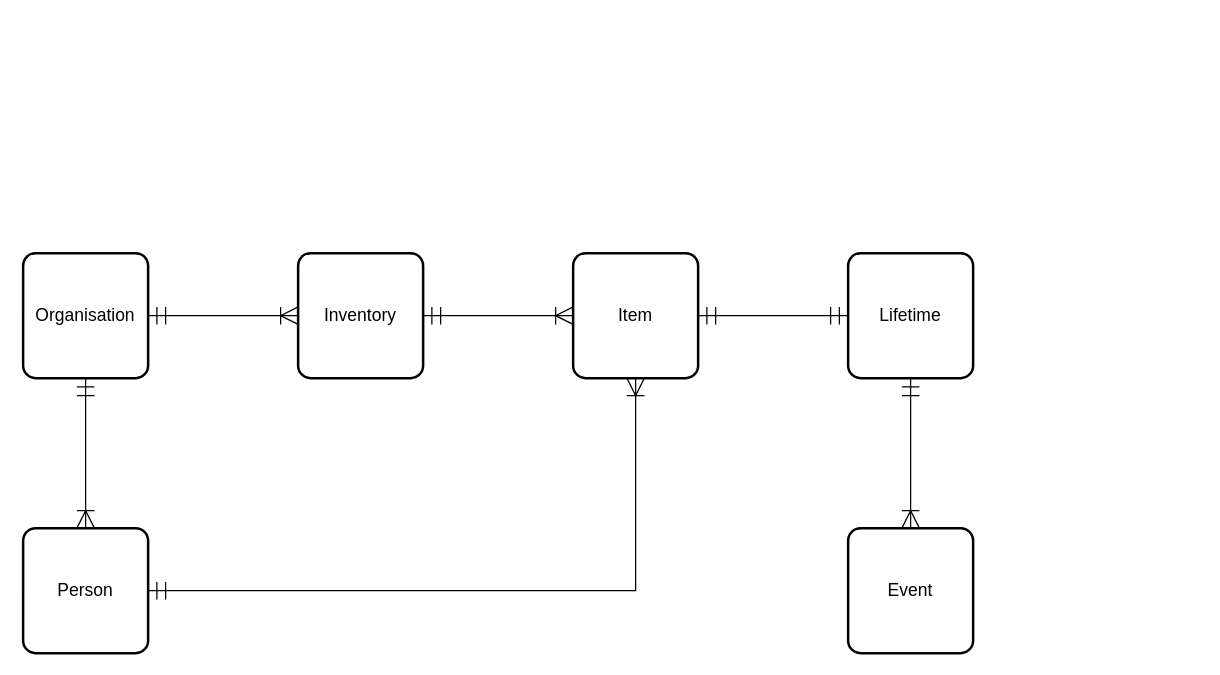
Earlier version of the draw.io diagram page "Basic" (1 of 2) of Database.drawio (fox-technologies/Resources). Source tidied: cells renumbered, new cells numbered last; positions are measured from the earlier drawing's top-left corner, leaving out a move shared by most shapes. Both pictures are drawn from the tidied source at 125%, with x=0, y=0 at pixel (22, 252).
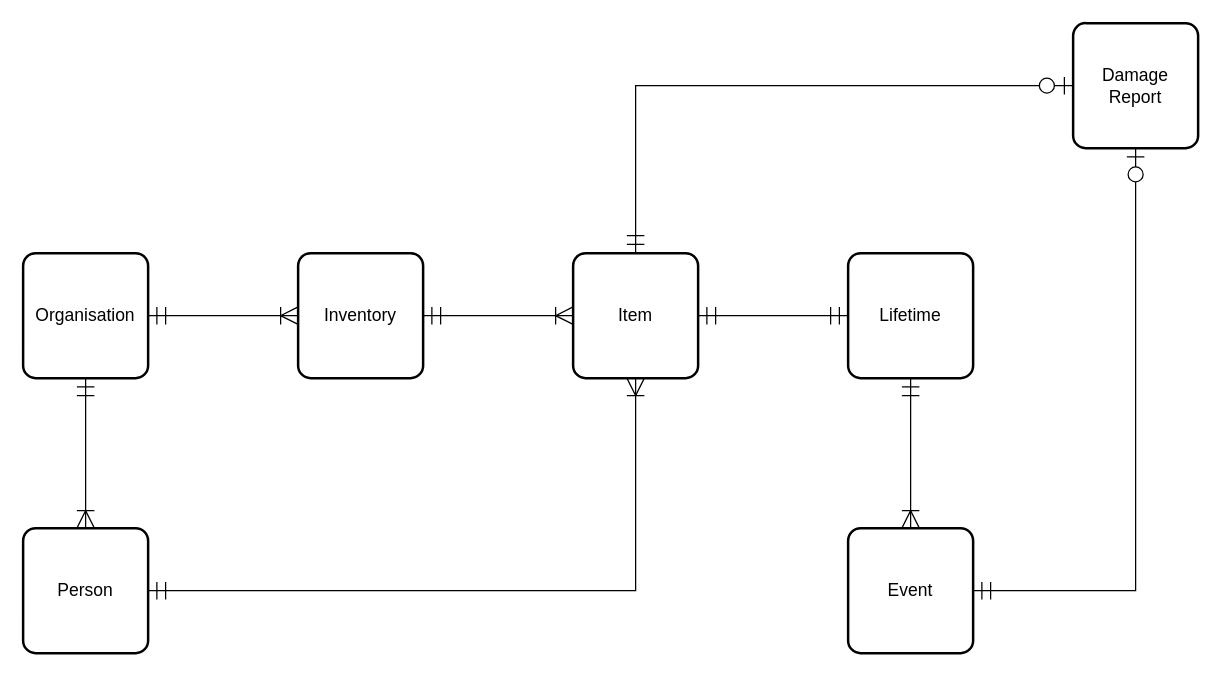
Above is the later version.

Commit message (it also covers changes not shown here):
add damage report to database design

Change to the diagram source:
```diff
@@
 <mxGraphModel>
   <root>
     <mxCell id="0" />
     <mxCell id="1" parent="0" />
     <mxCell id="2" style="edgeStyle=orthogonalEdgeStyle;rounded=0;jettySize=auto;html=1;exitX=1;exitY=0.5;exitDx=0;exitDy=0;entryX=0;entryY=0.5;entryDx=0;entryDy=0;startArrow=ERmandOne;startFill=0;endArrow=ERoneToMany;endFill=0;endSize=12;startSize=12;" parent="1" edge="1" source="3" target="5">
       <mxGeometry relative="1" as="geometry" />
     </mxCell>
     <mxCell id="3" value="Organisation" style="strokeWidth=2;rounded=1;arcSize=10;whiteSpace=wrap;html=1;align=center;fontSize=14;" parent="1" vertex="1">
       <mxGeometry width="100" height="100" as="geometry" />
     </mxCell>
     <mxCell id="4" style="edgeStyle=orthogonalEdgeStyle;rounded=0;jettySize=auto;html=1;exitX=1;exitY=0.5;exitDx=0;exitDy=0;entryX=0;entryY=0.5;entryDx=0;entryDy=0;startArrow=ERmandOne;startFill=0;startSize=12;endArrow=ERoneToMany;endFill=0;endSize=12;" parent="1" edge="1" source="5" target="7">
       <mxGeometry relative="1" as="geometry" />
     </mxCell>
     <mxCell id="5" value="Inventory" style="strokeWidth=2;rounded=1;arcSize=10;whiteSpace=wrap;html=1;align=center;fontSize=14;" parent="1" vertex="1">
       <mxGeometry x="220" width="100" height="100" as="geometry" />
     </mxCell>
     <mxCell id="6" style="edgeStyle=orthogonalEdgeStyle;rounded=0;jettySize=auto;html=1;exitX=1;exitY=0.5;exitDx=0;exitDy=0;entryX=0;entryY=0.5;entryDx=0;entryDy=0;startArrow=ERmandOne;startFill=0;startSize=12;endArrow=ERmandOne;endFill=0;endSize=12;" parent="1" edge="1" source="7" target="9">
       <mxGeometry relative="1" as="geometry" />
     </mxCell>
+    <mxCell id="14" style="edgeStyle=orthogonalEdgeStyle;rounded=0;jettySize=auto;html=1;exitX=0.5;exitY=0;exitDx=0;exitDy=0;entryX=0;entryY=0.5;entryDx=0;entryDy=0;endArrow=ERzeroToOne;endFill=1;startArrow=ERmandOne;startFill=0;endSize=12;startSize=12;" parent="1" edge="1" source="7" target="16">
+      <mxGeometry relative="1" as="geometry" />
+    </mxCell>
     <mxCell id="7" value="Item" style="strokeWidth=2;rounded=1;arcSize=10;whiteSpace=wrap;html=1;align=center;fontSize=14;" parent="1" vertex="1">
       <mxGeometry x="440" width="100" height="100" as="geometry" />
     </mxCell>
     <mxCell id="8" style="edgeStyle=orthogonalEdgeStyle;rounded=0;jettySize=auto;html=1;exitX=0.5;exitY=1;exitDx=0;exitDy=0;entryX=0.5;entryY=0;entryDx=0;entryDy=0;startArrow=ERmandOne;startFill=0;startSize=12;endArrow=ERoneToMany;endFill=0;endSize=12;" parent="1" edge="1" source="9" target="10">
       <mxGeometry relative="1" as="geometry" />
     </mxCell>
     <mxCell id="9" value="Lifetime" style="strokeWidth=2;rounded=1;arcSize=10;whiteSpace=wrap;html=1;align=center;fontSize=14;" parent="1" vertex="1">
       <mxGeometry x="660" width="100" height="100" as="geometry" />
     </mxCell>
+    <mxCell id="15" style="edgeStyle=orthogonalEdgeStyle;rounded=0;jettySize=auto;html=1;exitX=1;exitY=0.5;exitDx=0;exitDy=0;entryX=0.5;entryY=1;entryDx=0;entryDy=0;startArrow=ERmandOne;startFill=0;startSize=12;endArrow=ERzeroToOne;endFill=1;endSize=12;" parent="1" edge="1" source="10" target="16">
+      <mxGeometry relative="1" as="geometry" />
+    </mxCell>
     <mxCell id="10" value="Event" style="strokeWidth=2;rounded=1;arcSize=10;whiteSpace=wrap;html=1;align=center;fontSize=14;" parent="1" vertex="1">
       <mxGeometry x="660" y="220" width="100" height="100" as="geometry" />
     </mxCell>
     <mxCell id="11" style="edgeStyle=orthogonalEdgeStyle;rounded=0;jettySize=auto;html=1;exitX=0.5;exitY=0;exitDx=0;exitDy=0;entryX=0.5;entryY=1;entryDx=0;entryDy=0;startArrow=ERoneToMany;startFill=0;startSize=12;endArrow=ERmandOne;endFill=0;endSize=12;" parent="1" edge="1" source="13" target="3">
       <mxGeometry relative="1" as="geometry" />
     </mxCell>
     <mxCell id="12" style="edgeStyle=orthogonalEdgeStyle;rounded=0;jettySize=auto;html=1;exitX=1;exitY=0.5;exitDx=0;exitDy=0;entryX=0.5;entryY=1;entryDx=0;entryDy=0;endArrow=ERoneToMany;endFill=0;startSize=12;endSize=12;startArrow=ERmandOne;startFill=0;" parent="1" edge="1" source="13" target="7">
       <mxGeometry relative="1" as="geometry" />
     </mxCell>
     <mxCell id="13" value="Person" style="strokeWidth=2;rounded=1;arcSize=10;whiteSpace=wrap;html=1;align=center;fontSize=14;" parent="1" vertex="1">
       <mxGeometry y="220" width="100" height="100" as="geometry" />
     </mxCell>
+    <mxCell id="16" value="Damage Report" style="strokeWidth=2;rounded=1;arcSize=10;whiteSpace=wrap;html=1;align=center;fontSize=14;" parent="1" vertex="1">
+      <mxGeometry x="840" y="-184" width="100" height="100" as="geometry" />
+    </mxCell>
   </root>
 </mxGraphModel>
```
